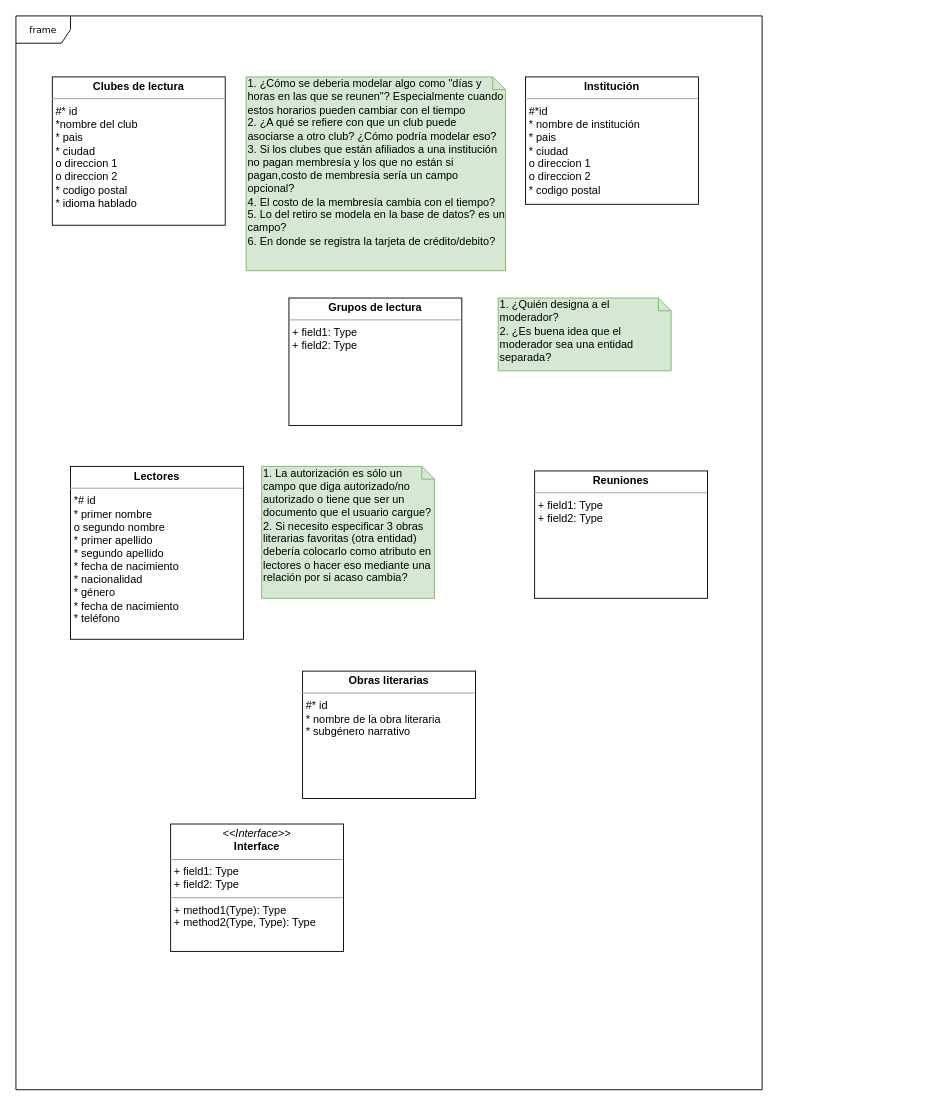
This is DB I/RC (Pseudo) Data structure.drawio from NeutronBlast/IS-Ex, a draw.io file, before an edit. Source tidied: cells renumbered, new cells numbered last; positions are measured from the earlier drawing's top-left corner, leaving out a move shared by most shapes. Both pictures are drawn from the tidied source at 91%, with x=0, y=0 at pixel (15, 15).
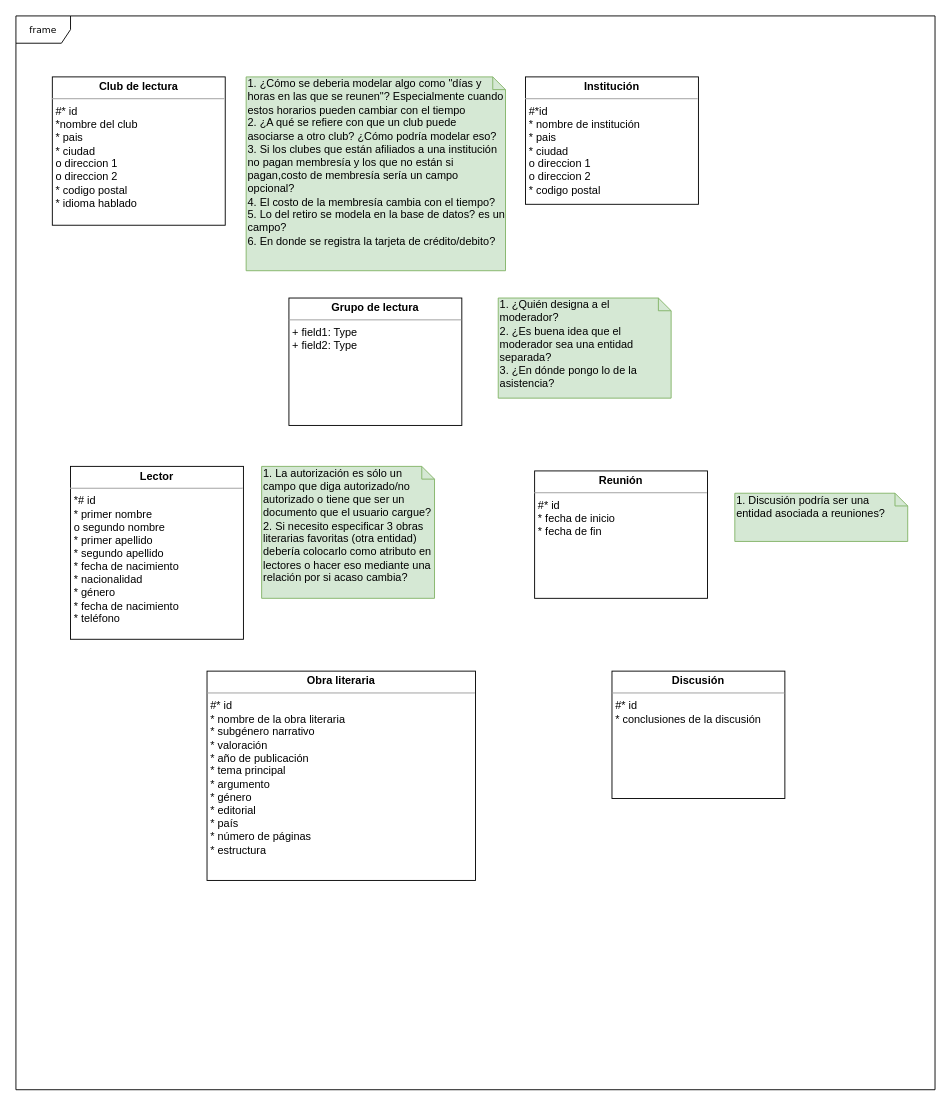
Above is the later version.

Change to the diagram source:
```diff
@@
 <mxGraphModel background="#ffffff">
   <root>
     <mxCell id="0" />
     <mxCell id="1" parent="0" />
     <mxCell id="2" value="frame" style="shape=umlFrame;whiteSpace=wrap;html=1;rounded=0;shadow=0;comic=0;labelBackgroundColor=none;strokeColor=#000000;strokeWidth=1;fillColor=#ffffff;fontFamily=Verdana;fontSize=10;fontColor=#000000;align=center;" parent="1" vertex="1">
-      <mxGeometry width="820" height="1180" as="geometry" />
+      <mxGeometry width="1010" height="1180" as="geometry" />
     </mxCell>
-    <mxCell id="3" value="&lt;p style=&quot;margin: 0px ; margin-top: 4px ; text-align: center&quot;&gt;&lt;b&gt;Obras literarias&lt;/b&gt;&lt;/p&gt;&lt;hr size=&quot;1&quot;&gt;&lt;p style=&quot;margin: 0px ; margin-left: 4px&quot;&gt;#* id&lt;/p&gt;&lt;p style=&quot;margin: 0px ; margin-left: 4px&quot;&gt;* nombre de la obra literaria&lt;/p&gt;&lt;p style=&quot;margin: 0px ; margin-left: 4px&quot;&gt;* subgénero narrativo&lt;/p&gt;" style="verticalAlign=top;align=left;overflow=fill;fontSize=12;fontFamily=Helvetica;html=1;rounded=0;shadow=0;comic=0;labelBackgroundColor=none;strokeColor=#000000;strokeWidth=1;fillColor=#ffffff;" parent="1" vertex="1">
-      <mxGeometry x="315" y="720" width="190" height="140" as="geometry" />
+    <mxCell id="3" value="&lt;p style=&quot;margin: 0px ; margin-top: 4px ; text-align: center&quot;&gt;&lt;b&gt;Obra literaria&lt;/b&gt;&lt;/p&gt;&lt;hr size=&quot;1&quot;&gt;&lt;p style=&quot;margin: 0px ; margin-left: 4px&quot;&gt;#* id&lt;/p&gt;&lt;p style=&quot;margin: 0px ; margin-left: 4px&quot;&gt;* nombre de la obra literaria&lt;/p&gt;&lt;p style=&quot;margin: 0px ; margin-left: 4px&quot;&gt;* subgénero narrativo&lt;/p&gt;&lt;p style=&quot;margin: 0px ; margin-left: 4px&quot;&gt;* valoración&lt;/p&gt;&lt;p style=&quot;margin: 0px ; margin-left: 4px&quot;&gt;* año de publicación&lt;/p&gt;&lt;p style=&quot;margin: 0px ; margin-left: 4px&quot;&gt;* tema principal&lt;/p&gt;&lt;p style=&quot;margin: 0px ; margin-left: 4px&quot;&gt;* argumento&lt;/p&gt;&lt;p style=&quot;margin: 0px ; margin-left: 4px&quot;&gt;* género&lt;/p&gt;&lt;p style=&quot;margin: 0px ; margin-left: 4px&quot;&gt;* editorial&lt;/p&gt;&lt;p style=&quot;margin: 0px ; margin-left: 4px&quot;&gt;* país&lt;/p&gt;&lt;p style=&quot;margin: 0px ; margin-left: 4px&quot;&gt;* número de páginas&lt;/p&gt;&lt;p style=&quot;margin: 0px ; margin-left: 4px&quot;&gt;* estructura&lt;/p&gt;" style="verticalAlign=top;align=left;overflow=fill;fontSize=12;fontFamily=Helvetica;html=1;rounded=0;shadow=0;comic=0;labelBackgroundColor=none;strokeColor=#000000;strokeWidth=1;fillColor=#ffffff;" parent="1" vertex="1">
+      <mxGeometry x="210" y="720" width="295" height="230" as="geometry" />
     </mxCell>
     <mxCell id="4" value="&lt;p style=&quot;margin: 0px ; margin-top: 4px ; text-align: center&quot;&gt;&lt;b&gt;Institución&lt;/b&gt;&lt;/p&gt;&lt;hr size=&quot;1&quot;&gt;&lt;p style=&quot;margin: 0px ; margin-left: 4px&quot;&gt;#*id&amp;nbsp;&lt;/p&gt;&lt;p style=&quot;margin: 0px ; margin-left: 4px&quot;&gt;* nombre de institución&lt;/p&gt;&lt;p style=&quot;margin: 0px 0px 0px 4px&quot;&gt;* pais&lt;/p&gt;&lt;p style=&quot;margin: 0px 0px 0px 4px&quot;&gt;* ciudad&lt;/p&gt;&lt;p style=&quot;margin: 0px 0px 0px 4px&quot;&gt;o direccion 1&lt;/p&gt;&lt;p style=&quot;margin: 0px 0px 0px 4px&quot;&gt;o direccion 2&lt;/p&gt;&lt;p style=&quot;margin: 0px 0px 0px 4px&quot;&gt;* codigo postal&lt;/p&gt;" style="verticalAlign=top;align=left;overflow=fill;fontSize=12;fontFamily=Helvetica;html=1;rounded=0;shadow=0;comic=0;labelBackgroundColor=none;strokeColor=#000000;strokeWidth=1;fillColor=#ffffff;" parent="1" vertex="1">
       <mxGeometry x="560" y="67" width="190" height="140" as="geometry" />
     </mxCell>
-    <mxCell id="5" value="&lt;p style=&quot;margin:0px;margin-top:4px;text-align:center;&quot;&gt;&lt;i&gt;&amp;lt;&amp;lt;Interface&amp;gt;&amp;gt;&lt;/i&gt;&lt;br/&gt;&lt;b&gt;Interface&lt;/b&gt;&lt;/p&gt;&lt;hr size=&quot;1&quot;/&gt;&lt;p style=&quot;margin:0px;margin-left:4px;&quot;&gt;+ field1: Type&lt;br/&gt;+ field2: Type&lt;/p&gt;&lt;hr size=&quot;1&quot;/&gt;&lt;p style=&quot;margin:0px;margin-left:4px;&quot;&gt;+ method1(Type): Type&lt;br/&gt;+ method2(Type, Type): Type&lt;/p&gt;" style="verticalAlign=top;align=left;overflow=fill;fontSize=12;fontFamily=Helvetica;html=1;rounded=0;shadow=0;comic=0;labelBackgroundColor=none;strokeColor=#000000;strokeWidth=1;fillColor=#ffffff;" parent="1" vertex="1">
-      <mxGeometry x="170" y="888" width="190" height="140" as="geometry" />
-    </mxCell>
-    <mxCell id="6" value="&lt;p style=&quot;margin: 0px ; margin-top: 4px ; text-align: center&quot;&gt;&lt;b&gt;Reuniones&lt;/b&gt;&lt;/p&gt;&lt;hr size=&quot;1&quot;&gt;&lt;p style=&quot;margin: 0px ; margin-left: 4px&quot;&gt;+ field1: Type&lt;br&gt;+ field2: Type&lt;/p&gt;&lt;p style=&quot;margin: 0px ; margin-left: 4px&quot;&gt;&lt;br&gt;&lt;/p&gt;" style="verticalAlign=top;align=left;overflow=fill;fontSize=12;fontFamily=Helvetica;html=1;rounded=0;shadow=0;comic=0;labelBackgroundColor=none;strokeColor=#000000;strokeWidth=1;fillColor=#ffffff;" parent="1" vertex="1">
+    <mxCell id="6" value="&lt;p style=&quot;margin: 0px ; margin-top: 4px ; text-align: center&quot;&gt;&lt;b&gt;Reunión&lt;/b&gt;&lt;/p&gt;&lt;hr size=&quot;1&quot;&gt;&lt;p style=&quot;margin: 0px ; margin-left: 4px&quot;&gt;#* id&lt;/p&gt;&lt;p style=&quot;margin: 0px ; margin-left: 4px&quot;&gt;* fecha de inicio&lt;/p&gt;&lt;p style=&quot;margin: 0px ; margin-left: 4px&quot;&gt;* fecha de fin&lt;/p&gt;" style="verticalAlign=top;align=left;overflow=fill;fontSize=12;fontFamily=Helvetica;html=1;rounded=0;shadow=0;comic=0;labelBackgroundColor=none;strokeColor=#000000;strokeWidth=1;fillColor=#ffffff;" parent="1" vertex="1">
       <mxGeometry x="570" y="500" width="190" height="140" as="geometry" />
     </mxCell>
-    <mxCell id="7" value="&lt;p style=&quot;margin: 0px ; margin-top: 4px ; text-align: center&quot;&gt;&lt;b&gt;Clubes de lectura&lt;/b&gt;&lt;/p&gt;&lt;hr size=&quot;1&quot;&gt;&lt;p style=&quot;margin: 0px ; margin-left: 4px&quot;&gt;#* id&lt;/p&gt;&lt;p style=&quot;margin: 0px ; margin-left: 4px&quot;&gt;*nombre del club&lt;/p&gt;&lt;p style=&quot;margin: 0px ; margin-left: 4px&quot;&gt;* pais&lt;/p&gt;&lt;p style=&quot;margin: 0px ; margin-left: 4px&quot;&gt;* ciudad&lt;/p&gt;&lt;p style=&quot;margin: 0px ; margin-left: 4px&quot;&gt;o direccion 1&lt;/p&gt;&lt;p style=&quot;margin: 0px ; margin-left: 4px&quot;&gt;o direccion 2&lt;/p&gt;&lt;p style=&quot;margin: 0px ; margin-left: 4px&quot;&gt;* codigo postal&lt;/p&gt;&lt;p style=&quot;margin: 0px ; margin-left: 4px&quot;&gt;* idioma hablado&lt;/p&gt;&lt;p style=&quot;margin: 0px ; margin-left: 4px&quot;&gt;&lt;br&gt;&lt;/p&gt;" style="verticalAlign=top;align=left;overflow=fill;fontSize=12;fontFamily=Helvetica;html=1;rounded=0;shadow=0;comic=0;labelBackgroundColor=none;strokeColor=#000000;strokeWidth=1;fillColor=#ffffff;" parent="1" vertex="1">
+    <mxCell id="7" value="&lt;p style=&quot;margin: 0px ; margin-top: 4px ; text-align: center&quot;&gt;&lt;b&gt;Club de lectura&lt;/b&gt;&lt;/p&gt;&lt;hr size=&quot;1&quot;&gt;&lt;p style=&quot;margin: 0px ; margin-left: 4px&quot;&gt;#* id&lt;/p&gt;&lt;p style=&quot;margin: 0px ; margin-left: 4px&quot;&gt;*nombre del club&lt;/p&gt;&lt;p style=&quot;margin: 0px ; margin-left: 4px&quot;&gt;* pais&lt;/p&gt;&lt;p style=&quot;margin: 0px ; margin-left: 4px&quot;&gt;* ciudad&lt;/p&gt;&lt;p style=&quot;margin: 0px ; margin-left: 4px&quot;&gt;o direccion 1&lt;/p&gt;&lt;p style=&quot;margin: 0px ; margin-left: 4px&quot;&gt;o direccion 2&lt;/p&gt;&lt;p style=&quot;margin: 0px ; margin-left: 4px&quot;&gt;* codigo postal&lt;/p&gt;&lt;p style=&quot;margin: 0px ; margin-left: 4px&quot;&gt;* idioma hablado&lt;/p&gt;&lt;p style=&quot;margin: 0px ; margin-left: 4px&quot;&gt;&lt;br&gt;&lt;/p&gt;" style="verticalAlign=top;align=left;overflow=fill;fontSize=12;fontFamily=Helvetica;html=1;rounded=0;shadow=0;comic=0;labelBackgroundColor=none;strokeColor=#000000;strokeWidth=1;fillColor=#ffffff;" parent="1" vertex="1">
       <mxGeometry x="40" y="67" width="190" height="163" as="geometry" />
     </mxCell>
-    <mxCell id="8" value="&lt;p style=&quot;margin: 0px ; margin-top: 4px ; text-align: center&quot;&gt;&lt;b&gt;Lectores&lt;/b&gt;&lt;/p&gt;&lt;hr size=&quot;1&quot;&gt;&lt;p style=&quot;margin: 0px ; margin-left: 4px&quot;&gt;*# id&lt;/p&gt;&lt;p style=&quot;margin: 0px ; margin-left: 4px&quot;&gt;* primer nombre&lt;/p&gt;&lt;p style=&quot;margin: 0px ; margin-left: 4px&quot;&gt;o segundo nombre&lt;/p&gt;&lt;p style=&quot;margin: 0px ; margin-left: 4px&quot;&gt;* primer apellido&lt;/p&gt;&lt;p style=&quot;margin: 0px ; margin-left: 4px&quot;&gt;* segundo apellido&lt;/p&gt;&lt;p style=&quot;margin: 0px ; margin-left: 4px&quot;&gt;* fecha de nacimiento&lt;/p&gt;&lt;p style=&quot;margin: 0px ; margin-left: 4px&quot;&gt;* nacionalidad&lt;/p&gt;&lt;p style=&quot;margin: 0px ; margin-left: 4px&quot;&gt;* género&lt;/p&gt;&lt;p style=&quot;margin: 0px ; margin-left: 4px&quot;&gt;* fecha de nacimiento&lt;/p&gt;&lt;p style=&quot;margin: 0px ; margin-left: 4px&quot;&gt;* teléfono&lt;/p&gt;" style="verticalAlign=top;align=left;overflow=fill;fontSize=12;fontFamily=Helvetica;html=1;rounded=0;shadow=0;comic=0;labelBackgroundColor=none;strokeColor=#000000;strokeWidth=1;fillColor=#ffffff;" parent="1" vertex="1">
+    <mxCell id="8" value="&lt;p style=&quot;margin: 0px ; margin-top: 4px ; text-align: center&quot;&gt;&lt;b&gt;Lector&lt;/b&gt;&lt;/p&gt;&lt;hr size=&quot;1&quot;&gt;&lt;p style=&quot;margin: 0px ; margin-left: 4px&quot;&gt;*# id&lt;/p&gt;&lt;p style=&quot;margin: 0px ; margin-left: 4px&quot;&gt;* primer nombre&lt;/p&gt;&lt;p style=&quot;margin: 0px ; margin-left: 4px&quot;&gt;o segundo nombre&lt;/p&gt;&lt;p style=&quot;margin: 0px ; margin-left: 4px&quot;&gt;* primer apellido&lt;/p&gt;&lt;p style=&quot;margin: 0px ; margin-left: 4px&quot;&gt;* segundo apellido&lt;/p&gt;&lt;p style=&quot;margin: 0px ; margin-left: 4px&quot;&gt;* fecha de nacimiento&lt;/p&gt;&lt;p style=&quot;margin: 0px ; margin-left: 4px&quot;&gt;* nacionalidad&lt;/p&gt;&lt;p style=&quot;margin: 0px ; margin-left: 4px&quot;&gt;* género&lt;/p&gt;&lt;p style=&quot;margin: 0px ; margin-left: 4px&quot;&gt;* fecha de nacimiento&lt;/p&gt;&lt;p style=&quot;margin: 0px ; margin-left: 4px&quot;&gt;* teléfono&lt;/p&gt;" style="verticalAlign=top;align=left;overflow=fill;fontSize=12;fontFamily=Helvetica;html=1;rounded=0;shadow=0;comic=0;labelBackgroundColor=none;strokeColor=#000000;strokeWidth=1;fillColor=#ffffff;" parent="1" vertex="1">
       <mxGeometry x="60" y="495" width="190" height="190" as="geometry" />
     </mxCell>
-    <mxCell id="9" value="&lt;p style=&quot;margin: 0px ; margin-top: 4px ; text-align: center&quot;&gt;&lt;b&gt;Grupos de lectura&lt;/b&gt;&lt;/p&gt;&lt;hr size=&quot;1&quot;&gt;&lt;p style=&quot;margin: 0px ; margin-left: 4px&quot;&gt;+ field1: Type&lt;br&gt;+ field2: Type&lt;/p&gt;" style="verticalAlign=top;align=left;overflow=fill;fontSize=12;fontFamily=Helvetica;html=1;rounded=0;shadow=0;comic=0;labelBackgroundColor=none;strokeColor=#000000;strokeWidth=1;fillColor=#ffffff;" parent="1" vertex="1">
+    <mxCell id="9" value="&lt;p style=&quot;margin: 0px ; margin-top: 4px ; text-align: center&quot;&gt;&lt;b&gt;Grupo de lectura&lt;/b&gt;&lt;/p&gt;&lt;hr size=&quot;1&quot;&gt;&lt;p style=&quot;margin: 0px ; margin-left: 4px&quot;&gt;+ field1: Type&lt;br&gt;+ field2: Type&lt;/p&gt;" style="verticalAlign=top;align=left;overflow=fill;fontSize=12;fontFamily=Helvetica;html=1;rounded=0;shadow=0;comic=0;labelBackgroundColor=none;strokeColor=#000000;strokeWidth=1;fillColor=#ffffff;" parent="1" vertex="1">
       <mxGeometry x="300" y="310" width="190" height="140" as="geometry" />
     </mxCell>
     <mxCell id="10" value="1. ¿Cómo se deberia modelar algo como &quot;días y horas en las que se reunen&quot;? Especialmente cuando estos horarios pueden cambiar con el tiempo&lt;br&gt;2. ¿A qué se refiere con que un club puede asociarse a otro club? ¿Cómo podría modelar eso?&lt;br&gt;3. Si los clubes que están afiliados a una institución no pagan membresía y los que no están si pagan,costo de membresía sería un campo opcional?&lt;br&gt;4. El costo de la membresía cambia con el tiempo?&lt;br&gt;5. Lo del retiro se modela en la base de datos? es un campo?&lt;br&gt;6. En donde se registra la tarjeta de crédito/debito?" style="shape=note;whiteSpace=wrap;html=1;size=14;verticalAlign=top;align=left;spacingTop=-6;fillColor=#d5e8d4;strokeColor=#82b366;" parent="1" vertex="1">
       <mxGeometry x="253" y="67" width="285" height="213" as="geometry" />
     </mxCell>
     <mxCell id="11" value="1. La autorización es sólo un campo que diga autorizado/no autorizado o tiene que ser un documento que el usuario cargue?&lt;br&gt;2. Si necesito especificar 3 obras literarias favoritas (otra entidad) debería colocarlo como atributo en lectores o hacer eso mediante una relación por si acaso cambia?" style="shape=note;whiteSpace=wrap;html=1;size=14;verticalAlign=top;align=left;spacingTop=-6;fillColor=#d5e8d4;strokeColor=#82b366;" parent="1" vertex="1">
       <mxGeometry x="270" y="495" width="190" height="145" as="geometry" />
     </mxCell>
-    <mxCell id="12" value="1. ¿Quién designa a el moderador?&lt;br&gt;2. ¿Es buena idea que el moderador sea una entidad separada?" style="shape=note;whiteSpace=wrap;html=1;size=14;verticalAlign=top;align=left;spacingTop=-6;fillColor=#d5e8d4;strokeColor=#82b366;" parent="1" vertex="1">
-      <mxGeometry x="530" y="310" width="190" height="80" as="geometry" />
+    <mxCell id="12" value="1. ¿Quién designa a el moderador?&lt;br&gt;2. ¿Es buena idea que el moderador sea una entidad separada?&lt;br&gt;3. ¿En dónde pongo lo de la asistencia?" style="shape=note;whiteSpace=wrap;html=1;size=14;verticalAlign=top;align=left;spacingTop=-6;fillColor=#d5e8d4;strokeColor=#82b366;" parent="1" vertex="1">
+      <mxGeometry x="530" y="310" width="190" height="110" as="geometry" />
     </mxCell>
+    <mxCell id="13" value="1. Discusión podría ser una entidad asociada a reuniones?" style="shape=note;whiteSpace=wrap;html=1;size=14;verticalAlign=top;align=left;spacingTop=-6;fillColor=#d5e8d4;strokeColor=#82b366;" parent="1" vertex="1">
+      <mxGeometry x="790" y="524.5" width="190" height="53" as="geometry" />
+    </mxCell>
+    <mxCell id="14" value="&lt;p style=&quot;margin: 0px ; margin-top: 4px ; text-align: center&quot;&gt;&lt;b&gt;Discusión&lt;/b&gt;&lt;/p&gt;&lt;hr size=&quot;1&quot;&gt;&lt;p style=&quot;margin: 0px ; margin-left: 4px&quot;&gt;#* id&lt;/p&gt;&lt;p style=&quot;margin: 0px ; margin-left: 4px&quot;&gt;* conclusiones de la discusión&lt;/p&gt;" style="verticalAlign=top;align=left;overflow=fill;fontSize=12;fontFamily=Helvetica;html=1;rounded=0;shadow=0;comic=0;labelBackgroundColor=none;strokeColor=#000000;strokeWidth=1;fillColor=#ffffff;" parent="1" vertex="1">
+      <mxGeometry x="655" y="720" width="190" height="140" as="geometry" />
+    </mxCell>
   </root>
 </mxGraphModel>
```
